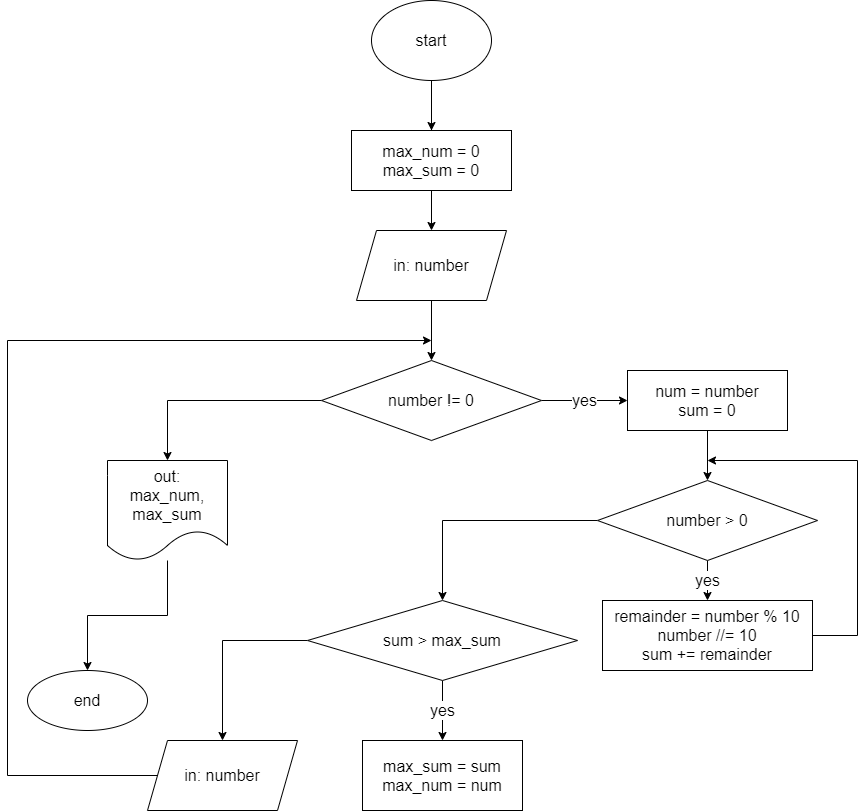
likeai22/Gb22_Algoritm keeps this draw.io diagram as 2/les_2_task_9.png. Above is the earlier version. Source tidied: cells renumbered, new cells last; positions are measured from the earlier drawing's top-left corner, leaving out a move shared by most shapes. The source it was exported from:
```xml
<mxGraphModel>
  <root>
    <mxCell id="0" />
    <mxCell id="1" parent="0" />
    <mxCell id="2" style="edgeStyle=orthogonalEdgeStyle;rounded=0;jettySize=auto;html=1;fontSize=16;" parent="1" edge="1" source="3" target="9">
      <mxGeometry relative="1" as="geometry" />
    </mxCell>
    <mxCell id="3" value="&lt;font style=&quot;font-size: 16px&quot;&gt;start&lt;/font&gt;" style="ellipse;whiteSpace=wrap;html=1;" parent="1" vertex="1">
      <mxGeometry x="364" width="120" height="80" as="geometry" />
    </mxCell>
    <mxCell id="4" value="yes" style="edgeStyle=orthogonalEdgeStyle;rounded=0;jettySize=auto;html=1;fontSize=16;" parent="1" edge="1" source="6" target="22">
      <mxGeometry relative="1" as="geometry" />
    </mxCell>
    <mxCell id="5" style="edgeStyle=orthogonalEdgeStyle;rounded=0;jettySize=auto;html=1;entryX=0.5;entryY=0;entryDx=0;entryDy=0;fontSize=16;" parent="1" edge="1" source="6" target="14">
      <mxGeometry relative="1" as="geometry" />
    </mxCell>
    <mxCell id="6" value="&lt;span style=&quot;font-size: 16px&quot;&gt;number !=&lt;/span&gt;&lt;span style=&quot;font-size: 16px&quot;&gt;&amp;nbsp;0&lt;/span&gt;&lt;span style=&quot;font-size: 16px&quot;&gt;&lt;br&gt;&lt;/span&gt;" style="rhombus;whiteSpace=wrap;html=1;" parent="1" vertex="1">
      <mxGeometry x="314" y="360" width="220" height="80" as="geometry" />
    </mxCell>
    <mxCell id="7" value="&lt;font style=&quot;font-size: 16px&quot;&gt;end&lt;/font&gt;" style="ellipse;whiteSpace=wrap;html=1;" parent="1" vertex="1">
      <mxGeometry x="20" y="670" width="120" height="60" as="geometry" />
    </mxCell>
    <mxCell id="8" style="edgeStyle=orthogonalEdgeStyle;rounded=0;jettySize=auto;html=1;fontSize=16;" parent="1" edge="1" source="9" target="11">
      <mxGeometry relative="1" as="geometry" />
    </mxCell>
    <mxCell id="9" value="&lt;div style=&quot;line-height: 19px&quot;&gt;&lt;div style=&quot;line-height: 19px&quot;&gt;&lt;div style=&quot;line-height: 19px ; font-size: 16px&quot;&gt;&lt;div style=&quot;line-height: 19px&quot;&gt;&lt;div&gt;max_num = 0&lt;/div&gt;&lt;div&gt;max_sum = 0&lt;/div&gt;&lt;/div&gt;&lt;/div&gt;&lt;/div&gt;&lt;/div&gt;" style="whiteSpace=wrap;html=1;" parent="1" vertex="1">
      <mxGeometry x="344" y="130" width="160" height="60" as="geometry" />
    </mxCell>
    <mxCell id="10" style="edgeStyle=orthogonalEdgeStyle;rounded=0;jettySize=auto;html=1;fontSize=16;" parent="1" edge="1" source="11" target="6">
      <mxGeometry relative="1" as="geometry" />
    </mxCell>
    <mxCell id="11" value="&lt;div style=&quot;line-height: 19px ; font-size: 16px&quot;&gt;&lt;font style=&quot;font-size: 16px&quot;&gt;in: number&lt;/font&gt;&lt;/div&gt;" style="shape=parallelogram;perimeter=parallelogramPerimeter;whiteSpace=wrap;html=1;fixedSize=1;" parent="1" vertex="1">
      <mxGeometry x="349" y="230" width="150" height="70" as="geometry" />
    </mxCell>
    <mxCell id="12" style="edgeStyle=orthogonalEdgeStyle;rounded=0;jettySize=auto;html=1;endArrow=none;entryX=0.5;entryY=0;entryDx=0;entryDy=0;" parent="1" edge="1" source="3" target="9">
      <mxGeometry relative="1" as="geometry" />
    </mxCell>
    <mxCell id="13" style="edgeStyle=orthogonalEdgeStyle;rounded=0;jettySize=auto;html=1;fontSize=16;" parent="1" edge="1" source="14" target="7">
      <mxGeometry relative="1" as="geometry" />
    </mxCell>
    <mxCell id="14" value="&lt;div style=&quot;line-height: 19px ; font-size: 16px&quot;&gt;&lt;font style=&quot;font-size: 16px&quot;&gt;out:&lt;/font&gt;&lt;/div&gt;&lt;div style=&quot;line-height: 19px ; font-size: 16px&quot;&gt;&lt;div style=&quot;line-height: 19px&quot;&gt;&lt;div style=&quot;line-height: 19px&quot;&gt;&lt;font style=&quot;font-size: 16px&quot;&gt;max_num,&lt;/font&gt;&lt;/div&gt;&lt;div style=&quot;line-height: 19px&quot;&gt;&lt;font style=&quot;font-size: 16px&quot;&gt;max_sum&lt;/font&gt;&lt;/div&gt;&lt;/div&gt;&lt;/div&gt;" style="shape=document;whiteSpace=wrap;html=1;boundedLbl=1;" parent="1" vertex="1">
      <mxGeometry x="100" y="460" width="120" height="100" as="geometry" />
    </mxCell>
    <mxCell id="15" value="yes" style="edgeStyle=orthogonalEdgeStyle;rounded=0;jettySize=auto;html=1;fontSize=16;" parent="1" edge="1" source="17" target="25">
      <mxGeometry relative="1" as="geometry" />
    </mxCell>
    <mxCell id="16" style="edgeStyle=orthogonalEdgeStyle;rounded=0;jettySize=auto;html=1;fontSize=16;" parent="1" edge="1" source="17" target="27">
      <mxGeometry relative="1" as="geometry" />
    </mxCell>
    <mxCell id="17" value="&lt;div style=&quot;line-height: 19px ; font-size: 16px&quot;&gt;&lt;div style=&quot;line-height: 19px&quot;&gt;sum &amp;gt; max_sum&lt;/div&gt;&lt;/div&gt;" style="rhombus;whiteSpace=wrap;html=1;" parent="1" vertex="1">
      <mxGeometry x="300" y="600" width="270" height="80" as="geometry" />
    </mxCell>
    <mxCell id="18" value="yes" style="edgeStyle=orthogonalEdgeStyle;rounded=0;jettySize=auto;html=1;fontSize=16;" parent="1" edge="1" source="20" target="24">
      <mxGeometry relative="1" as="geometry" />
    </mxCell>
    <mxCell id="19" style="edgeStyle=orthogonalEdgeStyle;rounded=0;jettySize=auto;html=1;entryX=0.5;entryY=0;entryDx=0;entryDy=0;fontSize=16;" parent="1" edge="1" source="20" target="17">
      <mxGeometry relative="1" as="geometry" />
    </mxCell>
    <mxCell id="20" value="&lt;span style=&quot;font-size: 16px&quot;&gt;number&amp;nbsp;&lt;/span&gt;&lt;span style=&quot;font-size: 16px&quot;&gt;&amp;gt; 0&lt;/span&gt;&lt;span style=&quot;font-size: 16px&quot;&gt;&lt;br&gt;&lt;/span&gt;" style="rhombus;whiteSpace=wrap;html=1;" parent="1" vertex="1">
      <mxGeometry x="590" y="480" width="220" height="80" as="geometry" />
    </mxCell>
    <mxCell id="21" style="edgeStyle=orthogonalEdgeStyle;rounded=0;jettySize=auto;html=1;fontSize=16;" parent="1" edge="1" source="22" target="20">
      <mxGeometry relative="1" as="geometry" />
    </mxCell>
    <mxCell id="22" value="&lt;div style=&quot;line-height: 19px&quot;&gt;&lt;div style=&quot;line-height: 19px&quot;&gt;&lt;div style=&quot;line-height: 19px ; font-size: 16px&quot;&gt;&lt;div style=&quot;line-height: 19px&quot;&gt;&lt;div&gt;num = number&lt;/div&gt;&lt;div&gt;sum = 0&lt;/div&gt;&lt;/div&gt;&lt;/div&gt;&lt;/div&gt;&lt;/div&gt;" style="whiteSpace=wrap;html=1;" parent="1" vertex="1">
      <mxGeometry x="620" y="370" width="160" height="60" as="geometry" />
    </mxCell>
    <mxCell id="23" style="edgeStyle=orthogonalEdgeStyle;rounded=0;jettySize=auto;html=1;fontSize=16;" parent="1" edge="1" source="24">
      <mxGeometry relative="1" as="geometry">
        <mxPoint x="700" y="460" as="targetPoint" />
        <Array as="points">
          <mxPoint x="850" y="635" />
          <mxPoint x="850" y="460" />
        </Array>
      </mxGeometry>
    </mxCell>
    <mxCell id="24" value="&lt;div style=&quot;line-height: 19px&quot;&gt;&lt;div style=&quot;line-height: 19px&quot;&gt;&lt;div style=&quot;line-height: 19px ; font-size: 16px&quot;&gt;&lt;div style=&quot;line-height: 19px&quot;&gt;&lt;div&gt;remainder = number % 10&lt;/div&gt;&lt;div&gt;&lt;div style=&quot;line-height: 19px&quot;&gt;number //= 10&lt;/div&gt;&lt;/div&gt;&lt;div&gt;&lt;div style=&quot;line-height: 19px&quot;&gt;sum += remainder&lt;/div&gt;&lt;/div&gt;&lt;/div&gt;&lt;/div&gt;&lt;/div&gt;&lt;/div&gt;" style="whiteSpace=wrap;html=1;" parent="1" vertex="1">
      <mxGeometry x="595" y="600" width="210" height="70" as="geometry" />
    </mxCell>
    <mxCell id="25" value="&lt;div style=&quot;line-height: 19px&quot;&gt;&lt;div style=&quot;line-height: 19px&quot;&gt;&lt;div style=&quot;line-height: 19px&quot;&gt;&lt;div style=&quot;line-height: 19px ; font-size: 16px&quot;&gt;&lt;div style=&quot;line-height: 19px&quot;&gt;&lt;div&gt;max_sum = sum&lt;/div&gt;&lt;div&gt;max_num = num&lt;/div&gt;&lt;/div&gt;&lt;/div&gt;&lt;/div&gt;&lt;/div&gt;&lt;/div&gt;" style="whiteSpace=wrap;html=1;" parent="1" vertex="1">
      <mxGeometry x="355" y="740" width="160" height="70" as="geometry" />
    </mxCell>
    <mxCell id="26" style="edgeStyle=orthogonalEdgeStyle;rounded=0;jettySize=auto;html=1;fontSize=16;" parent="1" edge="1" source="27">
      <mxGeometry relative="1" as="geometry">
        <mxPoint x="424" y="340" as="targetPoint" />
        <Array as="points">
          <mxPoint y="775" />
          <mxPoint y="340" />
        </Array>
      </mxGeometry>
    </mxCell>
    <mxCell id="27" value="&lt;div style=&quot;line-height: 19px ; font-size: 16px&quot;&gt;&lt;font style=&quot;font-size: 16px&quot;&gt;in: number&lt;/font&gt;&lt;/div&gt;" style="shape=parallelogram;perimeter=parallelogramPerimeter;whiteSpace=wrap;html=1;fixedSize=1;" parent="1" vertex="1">
      <mxGeometry x="140" y="740" width="150" height="70" as="geometry" />
    </mxCell>
  </root>
</mxGraphModel>
```
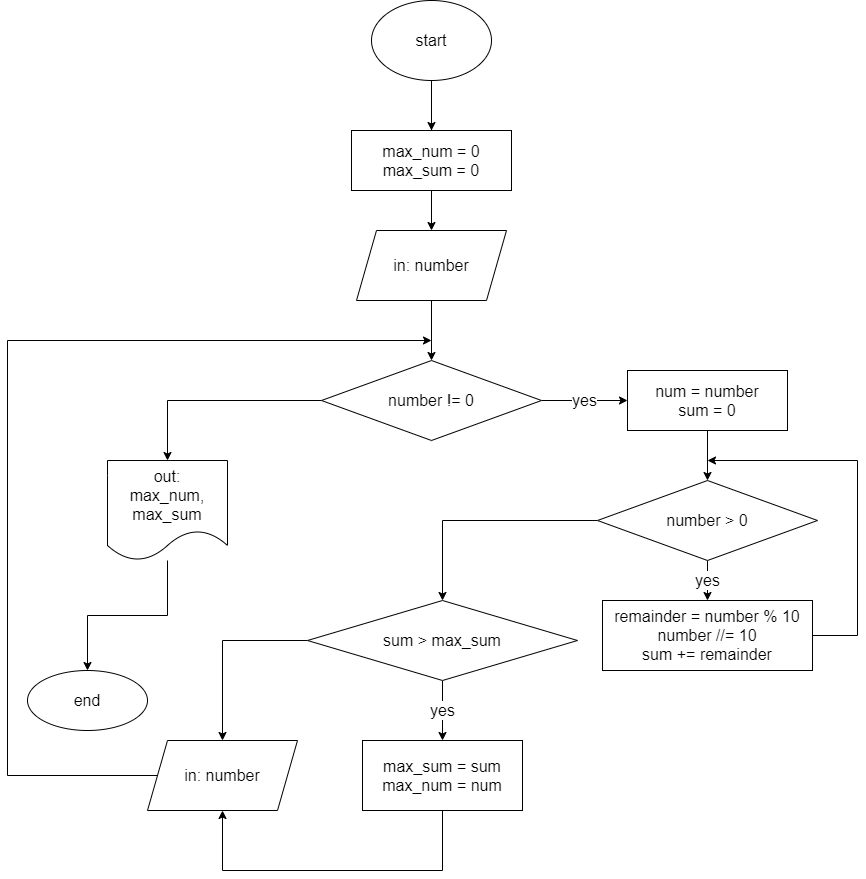
After the change.

What changed in the source:
```diff
@@ -77,6 +77,14 @@
     <mxCell id="24" value="&lt;div style=&quot;line-height: 19px&quot;&gt;&lt;div style=&quot;line-height: 19px&quot;&gt;&lt;div style=&quot;line-height: 19px ; font-size: 16px&quot;&gt;&lt;div style=&quot;line-height: 19px&quot;&gt;&lt;div&gt;remainder = number % 10&lt;/div&gt;&lt;div&gt;&lt;div style=&quot;line-height: 19px&quot;&gt;number //= 10&lt;/div&gt;&lt;/div&gt;&lt;div&gt;&lt;div style=&quot;line-height: 19px&quot;&gt;sum += remainder&lt;/div&gt;&lt;/div&gt;&lt;/div&gt;&lt;/div&gt;&lt;/div&gt;&lt;/div&gt;" style="whiteSpace=wrap;html=1;" parent="1" vertex="1">
       <mxGeometry x="595" y="600" width="210" height="70" as="geometry" />
     </mxCell>
+    <mxCell id="28" style="edgeStyle=orthogonalEdgeStyle;rounded=0;jettySize=auto;html=1;exitX=0.5;exitY=1;exitDx=0;exitDy=0;entryX=0.5;entryY=1;entryDx=0;entryDy=0;" parent="1" edge="1" source="25" target="27">
+      <mxGeometry relative="1" as="geometry">
+        <Array as="points">
+          <mxPoint x="435" y="870" />
+          <mxPoint x="215" y="870" />
+        </Array>
+      </mxGeometry>
+    </mxCell>
     <mxCell id="25" value="&lt;div style=&quot;line-height: 19px&quot;&gt;&lt;div style=&quot;line-height: 19px&quot;&gt;&lt;div style=&quot;line-height: 19px&quot;&gt;&lt;div style=&quot;line-height: 19px ; font-size: 16px&quot;&gt;&lt;div style=&quot;line-height: 19px&quot;&gt;&lt;div&gt;max_sum = sum&lt;/div&gt;&lt;div&gt;max_num = num&lt;/div&gt;&lt;/div&gt;&lt;/div&gt;&lt;/div&gt;&lt;/div&gt;&lt;/div&gt;" style="whiteSpace=wrap;html=1;" parent="1" vertex="1">
       <mxGeometry x="355" y="740" width="160" height="70" as="geometry" />
     </mxCell>
```
